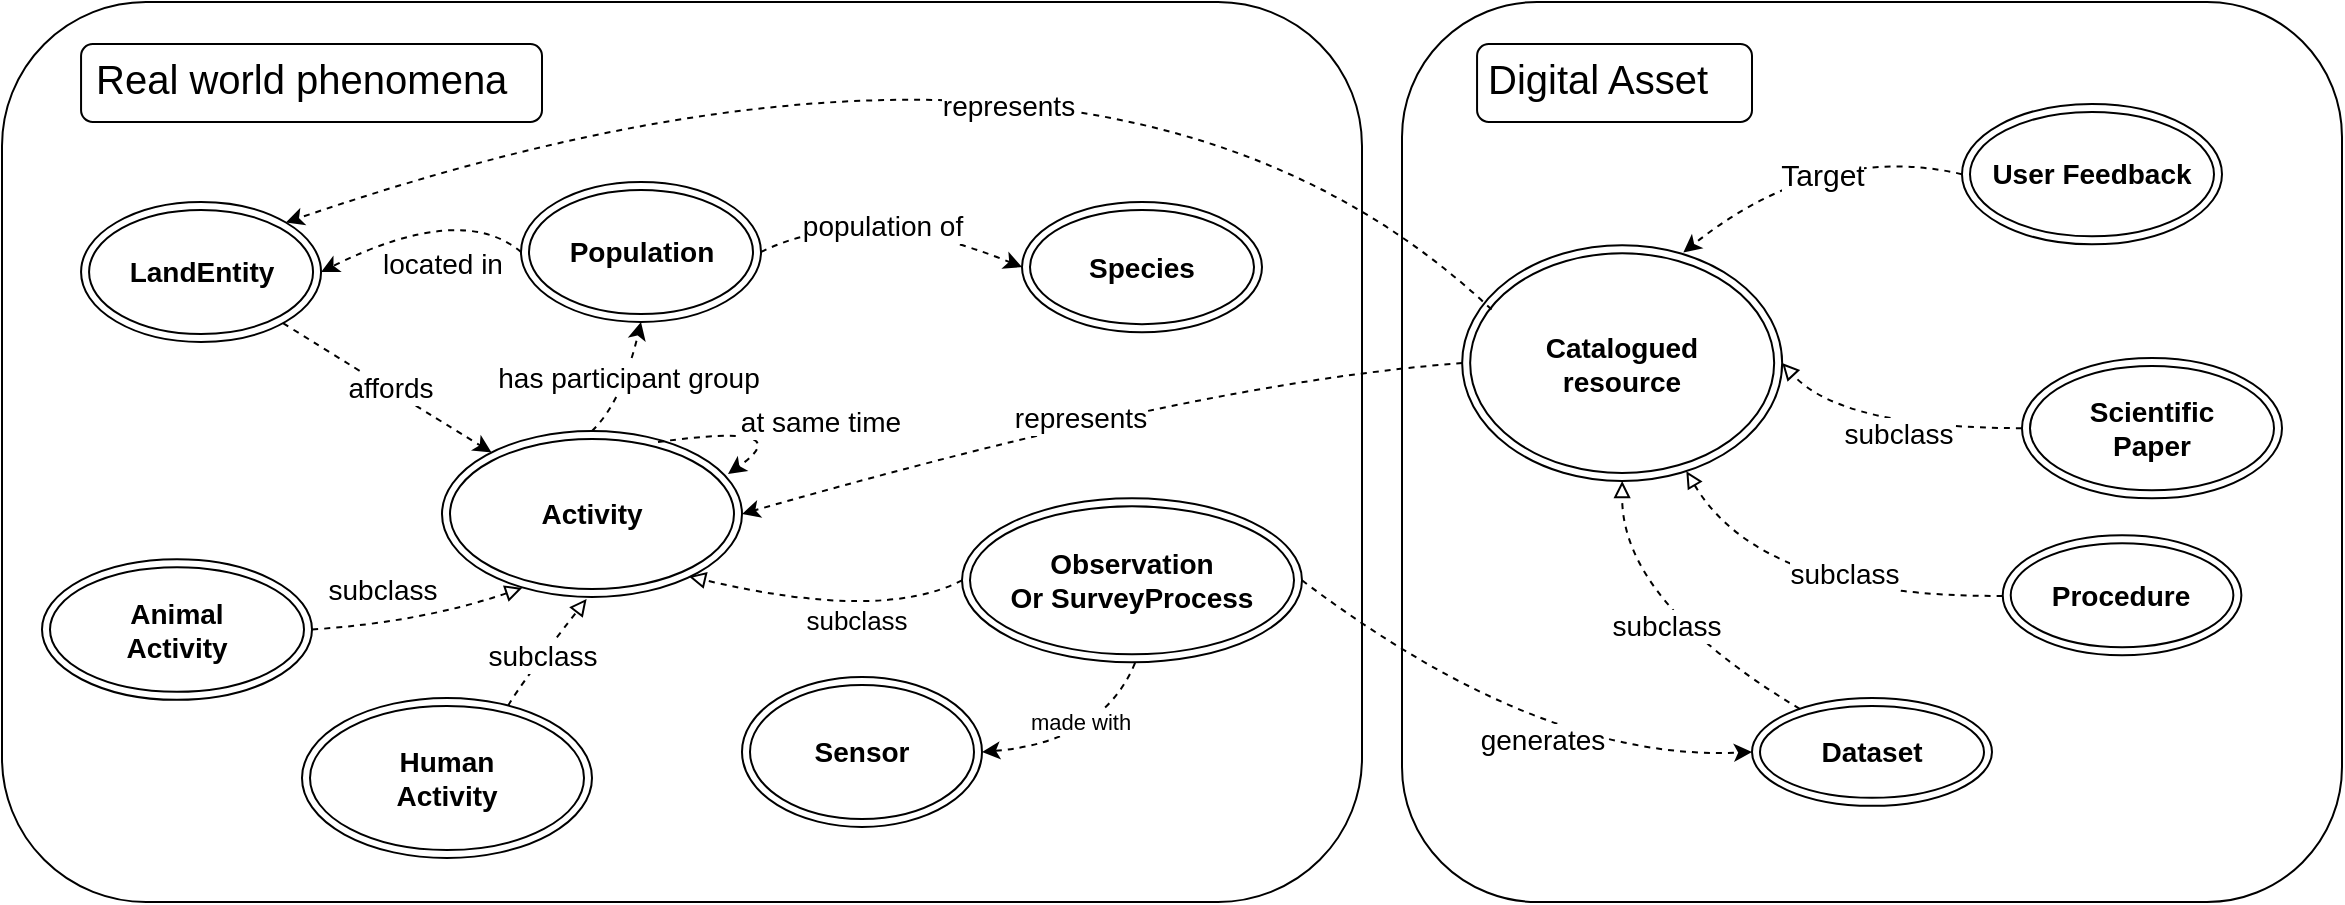
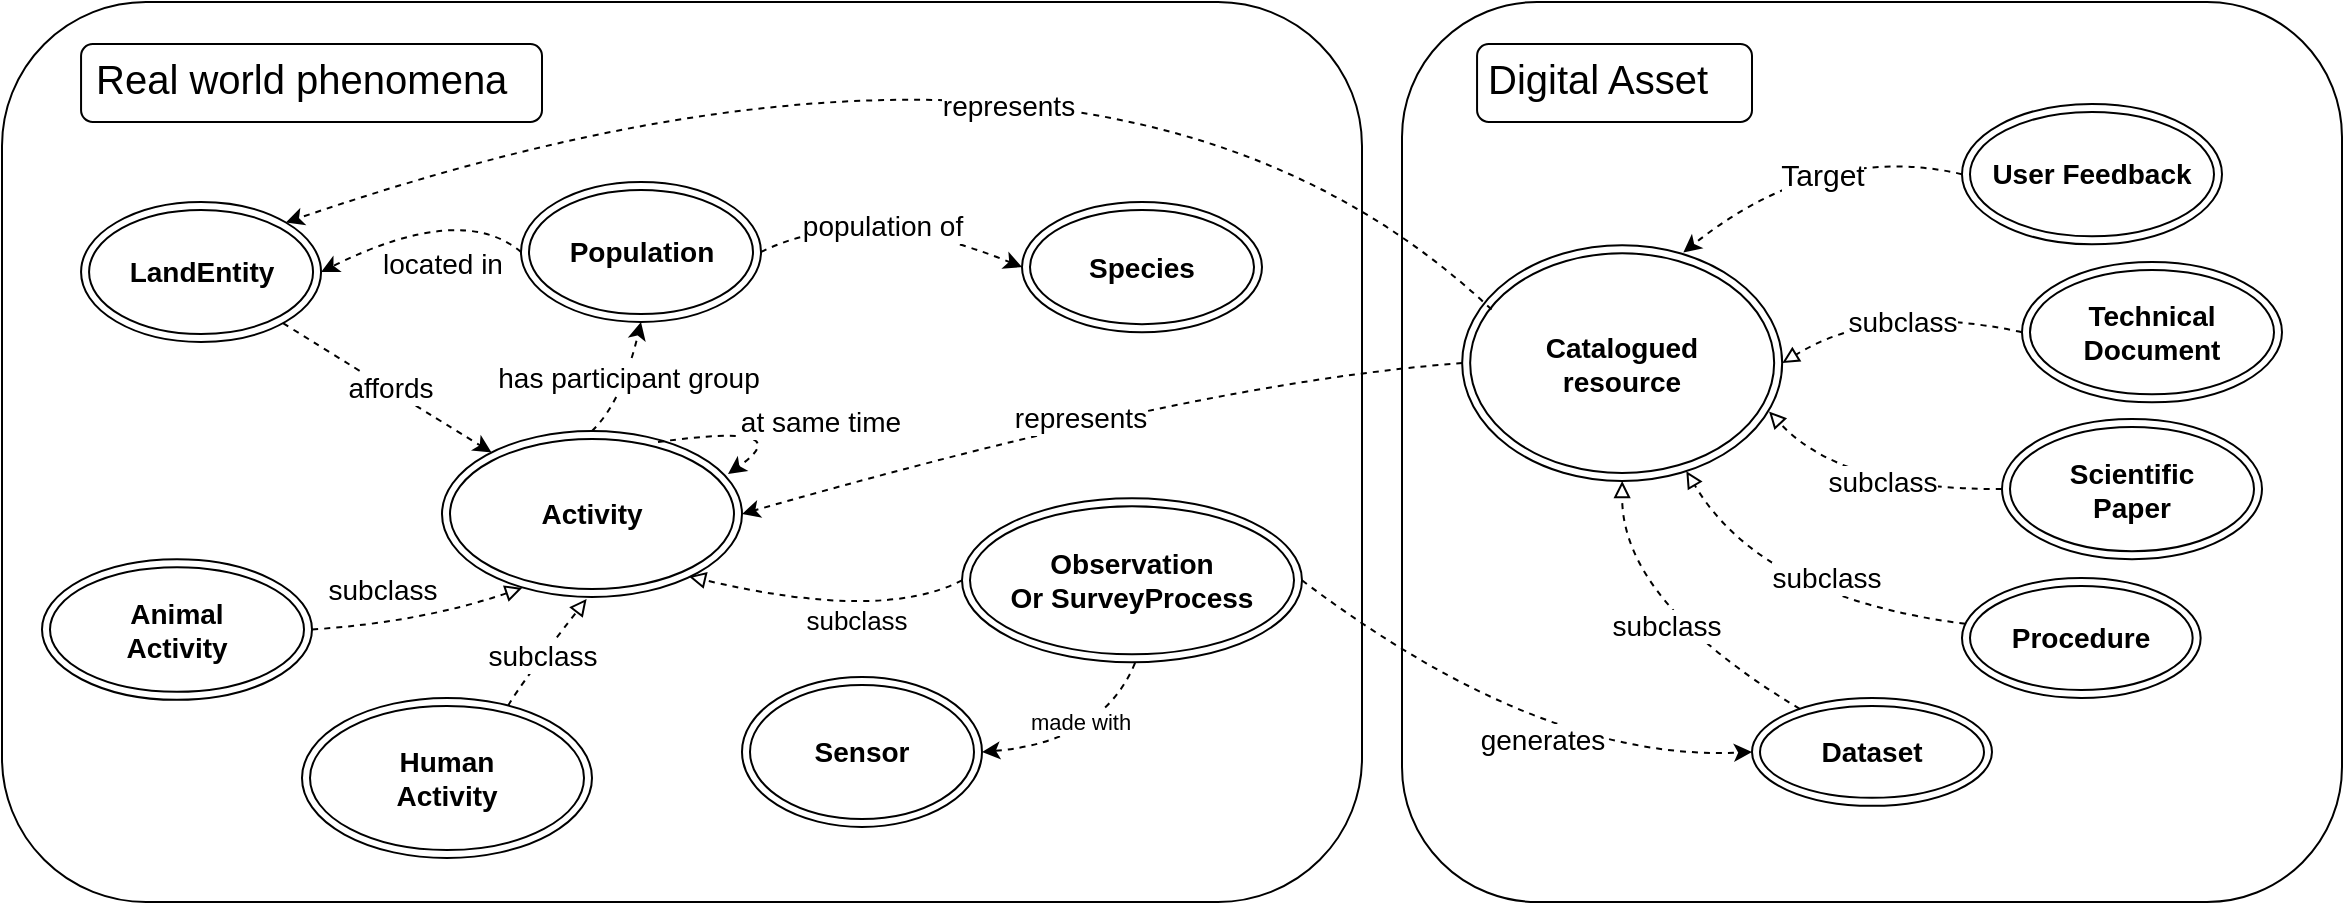
<mxfile host="65bd71144e">
    <diagram id="7OUjOVS5ksEaDqb_jHe9" name="Page-1">
-         <mxGraphModel dx="4291" dy="2547" grid="1" gridSize="10" guides="1" tooltips="1" connect="1" arrows="1" fold="1" page="1" pageScale="1" pageWidth="827" pageHeight="1169" math="0" shadow="0">
+         <mxGraphModel dx="3200" dy="1561" grid="1" gridSize="10" guides="1" tooltips="1" connect="1" arrows="1" fold="1" page="1" pageScale="1" pageWidth="827" pageHeight="1169" math="0" shadow="0">
            <root>
                <mxCell id="0"/>
                <mxCell id="1" parent="0"/>
-                 <mxCell id="3" value="" style="group;fillColor=none;" vertex="1" connectable="0" parent="1">
+                 <mxCell id="3" value="" style="group;fillColor=none;" parent="1" vertex="1" connectable="0">
                    <mxGeometry x="-2340" y="-940" width="1170" height="450" as="geometry"/>
                </mxCell>
-                 <mxCell id="4" value="" style="rounded=1;whiteSpace=wrap;html=1;fillColor=default;" vertex="1" parent="3">
+                 <mxCell id="4" value="" style="rounded=1;whiteSpace=wrap;html=1;fillColor=default;" parent="3" vertex="1">
                    <mxGeometry x="700" width="470" height="450" as="geometry"/>
                </mxCell>
-                 <mxCell id="5" value="" style="rounded=1;whiteSpace=wrap;html=1;fillColor=default;arcSize=16;" vertex="1" parent="3">
+                 <mxCell id="5" value="" style="rounded=1;whiteSpace=wrap;html=1;fillColor=default;arcSize=16;" parent="3" vertex="1">
                    <mxGeometry width="680" height="450" as="geometry"/>
                </mxCell>
-                 <mxCell id="6" style="edgeStyle=none;html=1;exitX=0;exitY=0.5;exitDx=0;exitDy=0;entryX=1;entryY=0.5;entryDx=0;entryDy=0;rounded=0;curved=1;dashed=1;" edge="1" parent="3" source="8" target="19">
+                 <mxCell id="6" style="edgeStyle=none;html=1;exitX=0;exitY=0.5;exitDx=0;exitDy=0;entryX=1;entryY=0.5;entryDx=0;entryDy=0;rounded=0;curved=1;dashed=1;" parent="3" source="8" target="19" edge="1">
                    <mxGeometry relative="1" as="geometry">
                        <Array as="points">
                            <mxPoint x="600" y="190"/>
                        </Array>
                    </mxGeometry>
                </mxCell>
-                 <mxCell id="7" value="&lt;font style=&quot;font-size: 14px; color: rgb(0, 0, 0);&quot;&gt;represents&lt;/font&gt;" style="edgeLabel;html=1;align=center;verticalAlign=middle;resizable=0;points=[];fontSize=16;fontColor=#FF0000;" connectable="0" vertex="1" parent="6">
+                 <mxCell id="7" value="&lt;font style=&quot;font-size: 14px; color: rgb(0, 0, 0);&quot;&gt;represents&lt;/font&gt;" style="edgeLabel;html=1;align=center;verticalAlign=middle;resizable=0;points=[];fontSize=16;fontColor=#FF0000;" parent="6" connectable="0" vertex="1">
                    <mxGeometry x="0.2966" y="13" relative="1" as="geometry">
                        <mxPoint x="40" y="-26" as="offset"/>
                    </mxGeometry>
                </mxCell>
-                 <mxCell id="8" value="&lt;b&gt;Catalogued &lt;br&gt;resource&lt;/b&gt;" style="ellipse;shape=doubleEllipse;whiteSpace=wrap;html=1;fontSize=14;fillColor=none;" vertex="1" parent="3">
+                 <mxCell id="8" value="&lt;b&gt;Catalogued &lt;br&gt;resource&lt;/b&gt;" style="ellipse;shape=doubleEllipse;whiteSpace=wrap;html=1;fontSize=14;fillColor=none;" parent="3" vertex="1">
                    <mxGeometry x="730.0799999999999" y="121.60000000000002" width="160" height="117.92" as="geometry"/>
                </mxCell>
-                 <mxCell id="9" value="&lt;b&gt;Scientific&lt;/b&gt;&lt;div&gt;&lt;b&gt;Paper&lt;/b&gt;&lt;/div&gt;" style="ellipse;shape=doubleEllipse;whiteSpace=wrap;html=1;fontSize=14;" vertex="1" parent="3">
-                     <mxGeometry x="1010" y="178" width="130" height="70.16" as="geometry"/>
-                 </mxCell>
-                 <mxCell id="10" value="&lt;b&gt;Human&lt;/b&gt;&lt;div&gt;&lt;b&gt;Activity&lt;/b&gt;&lt;/div&gt;" style="ellipse;shape=doubleEllipse;whiteSpace=wrap;html=1;fontSize=14;" vertex="1" parent="3">
+                 <mxCell id="9" value="&lt;b&gt;Scientific&lt;/b&gt;&lt;div&gt;&lt;b&gt;Paper&lt;/b&gt;&lt;/div&gt;" style="ellipse;shape=doubleEllipse;whiteSpace=wrap;html=1;fontSize=14;" parent="3" vertex="1">
+                     <mxGeometry x="1000" y="208.45" width="130" height="70.16" as="geometry"/>
+                 </mxCell>
+                 <mxCell id="10" value="&lt;b&gt;Human&lt;/b&gt;&lt;div&gt;&lt;b&gt;Activity&lt;/b&gt;&lt;/div&gt;" style="ellipse;shape=doubleEllipse;whiteSpace=wrap;html=1;fontSize=14;" parent="3" vertex="1">
                    <mxGeometry x="150" y="348.00000000000006" width="145" height="80" as="geometry"/>
                </mxCell>
-                 <mxCell id="68" style="edgeStyle=none;html=1;entryX=1;entryY=0.5;entryDx=0;entryDy=0;exitX=0.509;exitY=1.004;exitDx=0;exitDy=0;exitPerimeter=0;rounded=0;curved=1;dashed=1;" edge="1" parent="3" source="13" target="28">
+                 <mxCell id="68" style="edgeStyle=none;html=1;entryX=1;entryY=0.5;entryDx=0;entryDy=0;exitX=0.509;exitY=1.004;exitDx=0;exitDy=0;exitPerimeter=0;rounded=0;curved=1;dashed=1;" parent="3" source="13" target="28" edge="1">
                    <mxGeometry relative="1" as="geometry">
                        <Array as="points">
                            <mxPoint x="550" y="370"/>
                        </Array>
                    </mxGeometry>
                </mxCell>
-                 <mxCell id="69" value="made with" style="edgeLabel;html=1;align=center;verticalAlign=middle;resizable=0;points=[];" vertex="1" connectable="0" parent="68">
+                 <mxCell id="69" value="made with" style="edgeLabel;html=1;align=center;verticalAlign=middle;resizable=0;points=[];" parent="68" vertex="1" connectable="0">
                    <mxGeometry x="0.0404" y="-8" relative="1" as="geometry">
                        <mxPoint y="-3" as="offset"/>
                    </mxGeometry>
                </mxCell>
-                 <mxCell id="13" value="&lt;b&gt;Observation&lt;br&gt;Or SurveyProcess&lt;/b&gt;" style="ellipse;shape=doubleEllipse;whiteSpace=wrap;html=1;fontSize=14;" vertex="1" parent="3">
+                 <mxCell id="13" value="&lt;b&gt;Observation&lt;br&gt;Or SurveyProcess&lt;/b&gt;" style="ellipse;shape=doubleEllipse;whiteSpace=wrap;html=1;fontSize=14;" parent="3" vertex="1">
                    <mxGeometry x="480" y="248.16000000000005" width="170" height="82" as="geometry"/>
                </mxCell>
-                 <mxCell id="14" style="edgeStyle=none;html=1;rounded=0;curved=1;dashed=1;" edge="1" parent="3" source="16" target="19">
+                 <mxCell id="14" style="edgeStyle=none;html=1;rounded=0;curved=1;dashed=1;" parent="3" source="16" target="19" edge="1">
                    <mxGeometry relative="1" as="geometry">
                        <Array as="points">
                            <mxPoint x="220" y="210"/>
                        </Array>
                        <mxPoint x="240" y="240" as="targetPoint"/>
                    </mxGeometry>
                </mxCell>
-                 <mxCell id="15" value="&lt;span style=&quot;color: rgb(0, 0, 0);&quot;&gt;affords&lt;/span&gt;" style="edgeLabel;html=1;align=center;verticalAlign=middle;resizable=0;points=[];fontSize=14;" connectable="0" vertex="1" parent="14">
+                 <mxCell id="15" value="&lt;span style=&quot;color: rgb(0, 0, 0);&quot;&gt;affords&lt;/span&gt;" style="edgeLabel;html=1;align=center;verticalAlign=middle;resizable=0;points=[];fontSize=14;" parent="14" connectable="0" vertex="1">
                    <mxGeometry x="0.0413" y="11" relative="1" as="geometry">
                        <mxPoint x="-7" y="8" as="offset"/>
                    </mxGeometry>
                </mxCell>
-                 <mxCell id="16" value="&lt;b&gt;LandEntity&lt;/b&gt;" style="ellipse;shape=doubleEllipse;whiteSpace=wrap;html=1;fontSize=14;" vertex="1" parent="3">
+                 <mxCell id="16" value="&lt;b&gt;LandEntity&lt;/b&gt;" style="ellipse;shape=doubleEllipse;whiteSpace=wrap;html=1;fontSize=14;" parent="3" vertex="1">
                    <mxGeometry x="39.529999999999745" y="100" width="120" height="70" as="geometry"/>
                </mxCell>
-                 <mxCell id="17" style="edgeStyle=none;html=1;entryX=0.5;entryY=1;entryDx=0;entryDy=0;rounded=0;curved=1;exitX=0.5;exitY=0;exitDx=0;exitDy=0;dashed=1;" edge="1" parent="3" source="19" target="46">
+                 <mxCell id="17" style="edgeStyle=none;html=1;entryX=0.5;entryY=1;entryDx=0;entryDy=0;rounded=0;curved=1;exitX=0.5;exitY=0;exitDx=0;exitDy=0;dashed=1;" parent="3" source="19" target="46" edge="1">
                    <mxGeometry relative="1" as="geometry">
                        <Array as="points">
                            <mxPoint x="310" y="200"/>
                        </Array>
                    </mxGeometry>
                </mxCell>
-                 <mxCell id="18" value="&lt;font style=&quot;font-size: 14px;&quot;&gt;has participant group&lt;/font&gt;" style="edgeLabel;html=1;align=center;verticalAlign=middle;resizable=0;points=[];" connectable="0" vertex="1" parent="17">
+                 <mxCell id="18" value="&lt;font style=&quot;font-size: 14px;&quot;&gt;has participant group&lt;/font&gt;" style="edgeLabel;html=1;align=center;verticalAlign=middle;resizable=0;points=[];" parent="17" connectable="0" vertex="1">
                    <mxGeometry x="0.0726" relative="1" as="geometry">
                        <mxPoint as="offset"/>
                    </mxGeometry>
                </mxCell>
-                 <mxCell id="19" value="&lt;b&gt;Activity&lt;/b&gt;" style="ellipse;shape=doubleEllipse;whiteSpace=wrap;html=1;fontSize=14;" vertex="1" parent="3">
+                 <mxCell id="19" value="&lt;b&gt;Activity&lt;/b&gt;" style="ellipse;shape=doubleEllipse;whiteSpace=wrap;html=1;fontSize=14;" parent="3" vertex="1">
                    <mxGeometry x="220" y="214.51999999999998" width="150" height="82.96" as="geometry"/>
                </mxCell>
-                 <mxCell id="20" value="&lt;b&gt;Animal&lt;/b&gt;&lt;div&gt;&lt;b&gt;Activity&lt;/b&gt;&lt;/div&gt;" style="ellipse;shape=doubleEllipse;whiteSpace=wrap;html=1;fontSize=14;" vertex="1" parent="3">
+                 <mxCell id="20" value="&lt;b&gt;Animal&lt;/b&gt;&lt;div&gt;&lt;b&gt;Activity&lt;/b&gt;&lt;/div&gt;" style="ellipse;shape=doubleEllipse;whiteSpace=wrap;html=1;fontSize=14;" parent="3" vertex="1">
                    <mxGeometry x="20" y="278.6100000000001" width="135" height="70.31" as="geometry"/>
                </mxCell>
-                 <mxCell id="21" style="edgeStyle=none;html=1;entryX=0.5;entryY=1;entryDx=0;entryDy=0;dashed=1;rounded=0;curved=1;endArrow=block;endFill=0;" edge="1" parent="3" source="23" target="8">
+                 <mxCell id="21" style="edgeStyle=none;html=1;entryX=0.5;entryY=1;entryDx=0;entryDy=0;dashed=1;rounded=0;curved=1;endArrow=block;endFill=0;" parent="3" source="23" target="8" edge="1">
                    <mxGeometry relative="1" as="geometry">
                        <Array as="points">
                            <mxPoint x="810" y="300"/>
                        </Array>
                    </mxGeometry>
                </mxCell>
-                 <mxCell id="22" value="&lt;font style=&quot;font-size: 14px;&quot;&gt;subclass&lt;/font&gt;" style="edgeLabel;html=1;align=center;verticalAlign=middle;resizable=0;points=[];" connectable="0" vertex="1" parent="21">
+                 <mxCell id="22" value="&lt;font style=&quot;font-size: 14px;&quot;&gt;subclass&lt;/font&gt;" style="edgeLabel;html=1;align=center;verticalAlign=middle;resizable=0;points=[];" parent="21" connectable="0" vertex="1">
                    <mxGeometry x="0.0588" y="-4" relative="1" as="geometry">
                        <mxPoint x="5" y="7" as="offset"/>
                    </mxGeometry>
                </mxCell>
-                 <mxCell id="23" value="&lt;b&gt;Dataset&lt;/b&gt;" style="ellipse;shape=doubleEllipse;whiteSpace=wrap;html=1;fontSize=14;fillColor=none;" vertex="1" parent="3">
+                 <mxCell id="23" value="&lt;b&gt;Dataset&lt;/b&gt;" style="ellipse;shape=doubleEllipse;whiteSpace=wrap;html=1;fontSize=14;fillColor=none;" parent="3" vertex="1">
                    <mxGeometry x="875" y="348" width="120" height="53.92" as="geometry"/>
                </mxCell>
-                 <mxCell id="24" value="&lt;b&gt;Species&lt;/b&gt;" style="ellipse;shape=doubleEllipse;whiteSpace=wrap;html=1;fontSize=14;" vertex="1" parent="3">
+                 <mxCell id="24" value="&lt;b&gt;Species&lt;/b&gt;" style="ellipse;shape=doubleEllipse;whiteSpace=wrap;html=1;fontSize=14;" parent="3" vertex="1">
                    <mxGeometry x="510" y="100" width="120" height="65.08" as="geometry"/>
                </mxCell>
-                 <mxCell id="25" style="edgeStyle=none;html=1;rounded=0;curved=1;dashed=1;endArrow=block;endFill=0;" edge="1" parent="3" source="27" target="8">
+                 <mxCell id="25" style="edgeStyle=none;html=1;rounded=0;curved=1;dashed=1;endArrow=block;endFill=0;" parent="3" source="27" target="8" edge="1">
                    <mxGeometry relative="1" as="geometry">
                        <Array as="points">
                            <mxPoint x="880" y="298"/>
                        </Array>
                        <mxPoint x="857.5425130608924" y="276.0225130608924" as="targetPoint"/>
                    </mxGeometry>
                </mxCell>
-                 <mxCell id="26" value="subclass" style="edgeLabel;html=1;align=center;verticalAlign=middle;resizable=0;points=[];fontSize=14;" connectable="0" vertex="1" parent="25">
+                 <mxCell id="26" value="subclass" style="edgeLabel;html=1;align=center;verticalAlign=middle;resizable=0;points=[];fontSize=14;" parent="25" connectable="0" vertex="1">
                    <mxGeometry x="-0.0161" y="-5" relative="1" as="geometry">
                        <mxPoint x="16" y="-7" as="offset"/>
                    </mxGeometry>
                </mxCell>
-                 <mxCell id="27" value="&lt;b&gt;&lt;span style=&quot;color: rgb(0, 0, 0);&quot;&gt;Procedure&lt;/span&gt;&lt;/b&gt;" style="ellipse;shape=doubleEllipse;whiteSpace=wrap;html=1;fontSize=14;fillColor=none;" vertex="1" parent="3">
-                     <mxGeometry x="1000.3600000000001" y="266.6099999999999" width="119.33" height="60" as="geometry"/>
-                 </mxCell>
-                 <mxCell id="28" value="&lt;b&gt;Sensor&lt;/b&gt;" style="ellipse;shape=doubleEllipse;whiteSpace=wrap;html=1;fontSize=14;" vertex="1" parent="3">
+                 <mxCell id="27" value="&lt;b&gt;&lt;span style=&quot;color: rgb(0, 0, 0);&quot;&gt;Procedure&lt;/span&gt;&lt;/b&gt;" style="ellipse;shape=doubleEllipse;whiteSpace=wrap;html=1;fontSize=14;fillColor=none;" parent="3" vertex="1">
+                     <mxGeometry x="980.0000000000001" y="287.9999999999999" width="119.33" height="60" as="geometry"/>
+                 </mxCell>
+                 <mxCell id="28" value="&lt;b&gt;Sensor&lt;/b&gt;" style="ellipse;shape=doubleEllipse;whiteSpace=wrap;html=1;fontSize=14;" parent="3" vertex="1">
                    <mxGeometry x="370" y="337.46" width="120" height="75" as="geometry"/>
                </mxCell>
-                 <mxCell id="29" style="edgeStyle=none;html=1;exitX=1;exitY=0.5;exitDx=0;exitDy=0;entryX=0.267;entryY=0.946;entryDx=0;entryDy=0;entryPerimeter=0;dashed=1;rounded=0;curved=1;endArrow=block;endFill=0;" edge="1" parent="3" source="20" target="19">
+                 <mxCell id="29" style="edgeStyle=none;html=1;exitX=1;exitY=0.5;exitDx=0;exitDy=0;entryX=0.267;entryY=0.946;entryDx=0;entryDy=0;entryPerimeter=0;dashed=1;rounded=0;curved=1;endArrow=block;endFill=0;" parent="3" source="20" target="19" edge="1">
                    <mxGeometry relative="1" as="geometry">
                        <Array as="points">
                            <mxPoint x="210" y="310"/>
                        </Array>
                    </mxGeometry>
                </mxCell>
-                 <mxCell id="30" value="subclass" style="edgeLabel;html=1;align=center;verticalAlign=middle;resizable=0;points=[];fontSize=14;" connectable="0" vertex="1" parent="29">
+                 <mxCell id="30" value="subclass" style="edgeLabel;html=1;align=center;verticalAlign=middle;resizable=0;points=[];fontSize=14;" parent="29" connectable="0" vertex="1">
                    <mxGeometry x="-0.361" y="4" relative="1" as="geometry">
                        <mxPoint x="1" y="-14" as="offset"/>
                    </mxGeometry>
                </mxCell>
-                 <mxCell id="31" style="edgeStyle=none;html=1;exitX=0.711;exitY=0.047;exitDx=0;exitDy=0;entryX=0.482;entryY=1.012;entryDx=0;entryDy=0;entryPerimeter=0;rounded=0;curved=1;dashed=1;endArrow=block;endFill=0;labelBackgroundColor=default;exitPerimeter=0;" edge="1" parent="3" source="10" target="19">
+                 <mxCell id="31" style="edgeStyle=none;html=1;exitX=0.711;exitY=0.047;exitDx=0;exitDy=0;entryX=0.482;entryY=1.012;entryDx=0;entryDy=0;entryPerimeter=0;rounded=0;curved=1;dashed=1;endArrow=block;endFill=0;labelBackgroundColor=default;exitPerimeter=0;" parent="3" source="10" target="19" edge="1">
                    <mxGeometry relative="1" as="geometry">
                        <Array as="points">
                            <mxPoint x="260" y="340"/>
                        </Array>
                    </mxGeometry>
                </mxCell>
-                 <mxCell id="32" value="subclass" style="edgeLabel;html=1;align=center;verticalAlign=middle;resizable=0;points=[];fontSize=14;" connectable="0" vertex="1" parent="31">
+                 <mxCell id="32" value="subclass" style="edgeLabel;html=1;align=center;verticalAlign=middle;resizable=0;points=[];fontSize=14;" parent="31" connectable="0" vertex="1">
                    <mxGeometry x="-0.2965" y="4" relative="1" as="geometry">
                        <mxPoint x="7" y="-3" as="offset"/>
                    </mxGeometry>
                </mxCell>
-                 <mxCell id="33" style="edgeStyle=none;html=1;entryX=0.823;entryY=0.876;entryDx=0;entryDy=0;entryPerimeter=0;rounded=0;curved=1;exitX=0;exitY=0.5;exitDx=0;exitDy=0;endArrow=block;endFill=0;dashed=1;" edge="1" parent="3" source="13" target="19">
+                 <mxCell id="33" style="edgeStyle=none;html=1;entryX=0.823;entryY=0.876;entryDx=0;entryDy=0;entryPerimeter=0;rounded=0;curved=1;exitX=0;exitY=0.5;exitDx=0;exitDy=0;endArrow=block;endFill=0;dashed=1;" parent="3" source="13" target="19" edge="1">
                    <mxGeometry relative="1" as="geometry">
                        <Array as="points">
                            <mxPoint x="440" y="310"/>
                        </Array>
                    </mxGeometry>
                </mxCell>
-                 <mxCell id="34" value="&lt;font style=&quot;font-size: 13px;&quot;&gt;subclass&lt;/font&gt;" style="edgeLabel;html=1;align=center;verticalAlign=middle;resizable=0;points=[];" connectable="0" vertex="1" parent="33">
+                 <mxCell id="34" value="&lt;font style=&quot;font-size: 13px;&quot;&gt;subclass&lt;/font&gt;" style="edgeLabel;html=1;align=center;verticalAlign=middle;resizable=0;points=[];" parent="33" connectable="0" vertex="1">
                    <mxGeometry x="-0.0291" y="-5" relative="1" as="geometry">
                        <mxPoint x="10" y="9" as="offset"/>
                    </mxGeometry>
                </mxCell>
-                 <mxCell id="37" style="edgeStyle=none;html=1;entryX=1;entryY=0.5;entryDx=0;entryDy=0;rounded=0;curved=1;dashed=1;endArrow=block;endFill=0;" edge="1" parent="3" source="9" target="8">
-                     <mxGeometry relative="1" as="geometry">
-                         <Array as="points">
-                             <mxPoint x="920" y="213"/>
+                 <mxCell id="37" style="edgeStyle=none;html=1;entryX=0.959;entryY=0.705;entryDx=0;entryDy=0;rounded=0;curved=1;dashed=1;endArrow=block;endFill=0;entryPerimeter=0;" parent="3" source="9" target="8" edge="1">
+                     <mxGeometry relative="1" as="geometry">
+                         <Array as="points">
+                             <mxPoint x="920" y="244"/>
                        </Array>
                        <mxPoint x="884.48" y="203.79680000000008" as="targetPoint"/>
                    </mxGeometry>
                </mxCell>
-                 <mxCell id="38" value="subclass" style="edgeLabel;html=1;align=center;verticalAlign=middle;resizable=0;points=[];fontSize=14;" connectable="0" vertex="1" parent="37">
+                 <mxCell id="38" value="subclass" style="edgeLabel;html=1;align=center;verticalAlign=middle;resizable=0;points=[];fontSize=14;" parent="37" connectable="0" vertex="1">
                    <mxGeometry x="-0.0789" y="3" relative="1" as="geometry">
-                         <mxPoint as="offset"/>
-                     </mxGeometry>
-                 </mxCell>
-                 <mxCell id="71" style="edgeStyle=none;html=1;exitX=1;exitY=0.5;exitDx=0;exitDy=0;entryX=0;entryY=0.5;entryDx=0;entryDy=0;dashed=1;rounded=0;curved=1;" edge="1" parent="3" source="46" target="24">
+                         <mxPoint x="1" y="-7" as="offset"/>
+                     </mxGeometry>
+                 </mxCell>
+                 <mxCell id="71" style="edgeStyle=none;html=1;exitX=1;exitY=0.5;exitDx=0;exitDy=0;entryX=0;entryY=0.5;entryDx=0;entryDy=0;dashed=1;rounded=0;curved=1;" parent="3" source="46" target="24" edge="1">
                    <mxGeometry relative="1" as="geometry">
                        <Array as="points">
                            <mxPoint x="430" y="100"/>
                        </Array>
                    </mxGeometry>
                </mxCell>
-                 <mxCell id="72" value="population of" style="edgeLabel;html=1;align=center;verticalAlign=middle;resizable=0;points=[];fontSize=14;" vertex="1" connectable="0" parent="71">
+                 <mxCell id="72" value="population of" style="edgeLabel;html=1;align=center;verticalAlign=middle;resizable=0;points=[];fontSize=14;" parent="71" vertex="1" connectable="0">
                    <mxGeometry x="-0.3391" y="-7" relative="1" as="geometry">
                        <mxPoint x="15" y="1" as="offset"/>
                    </mxGeometry>
                </mxCell>
-                 <mxCell id="46" value="&lt;b&gt;Population&lt;/b&gt;" style="ellipse;shape=doubleEllipse;whiteSpace=wrap;html=1;fontSize=14;" vertex="1" parent="3">
+                 <mxCell id="46" value="&lt;b&gt;Population&lt;/b&gt;" style="ellipse;shape=doubleEllipse;whiteSpace=wrap;html=1;fontSize=14;" parent="3" vertex="1">
                    <mxGeometry x="259.5" y="90" width="120" height="70" as="geometry"/>
                </mxCell>
-                 <mxCell id="47" style="edgeStyle=none;html=1;rounded=0;curved=1;dashed=1;exitX=0;exitY=0.5;exitDx=0;exitDy=0;entryX=1;entryY=0.5;entryDx=0;entryDy=0;" edge="1" parent="3" source="46" target="16">
+                 <mxCell id="47" style="edgeStyle=none;html=1;rounded=0;curved=1;dashed=1;exitX=0;exitY=0.5;exitDx=0;exitDy=0;entryX=1;entryY=0.5;entryDx=0;entryDy=0;" parent="3" source="46" target="16" edge="1">
                    <mxGeometry relative="1" as="geometry">
                        <Array as="points">
                            <mxPoint x="230" y="100"/>
                        </Array>
                        <mxPoint x="327" y="180" as="sourcePoint"/>
                        <mxPoint x="395" y="225" as="targetPoint"/>
                    </mxGeometry>
                </mxCell>
-                 <mxCell id="48" value="&lt;font style=&quot;font-size: 14px;&quot;&gt;located in&lt;/font&gt;" style="edgeLabel;html=1;align=center;verticalAlign=middle;resizable=0;points=[];" connectable="0" vertex="1" parent="47">
+                 <mxCell id="48" value="&lt;font style=&quot;font-size: 14px;&quot;&gt;located in&lt;/font&gt;" style="edgeLabel;html=1;align=center;verticalAlign=middle;resizable=0;points=[];" parent="47" connectable="0" vertex="1">
                    <mxGeometry x="-0.3726" y="-5" relative="1" as="geometry">
                        <mxPoint x="-15" y="33" as="offset"/>
                    </mxGeometry>
                </mxCell>
-                 <mxCell id="51" value="" style="curved=1;endArrow=classic;html=1;rounded=0;exitX=0.72;exitY=0.066;exitDx=0;exitDy=0;exitPerimeter=0;dashed=1;" edge="1" parent="3" source="19">
+                 <mxCell id="51" value="" style="curved=1;endArrow=classic;html=1;rounded=0;exitX=0.72;exitY=0.066;exitDx=0;exitDy=0;exitPerimeter=0;dashed=1;" parent="3" source="19" edge="1">
                    <mxGeometry width="50" height="50" relative="1" as="geometry">
                        <Array as="points">
                            <mxPoint x="400" y="210"/>
                        </Array>
                        <mxPoint x="665" y="-20" as="sourcePoint"/>
                        <mxPoint x="363" y="236" as="targetPoint"/>
                    </mxGeometry>
                </mxCell>
-                 <mxCell id="52" value="&lt;font style=&quot;font-size: 14px;&quot;&gt;at same &lt;font&gt;time&lt;/font&gt;&lt;/font&gt;" style="edgeLabel;html=1;align=center;verticalAlign=middle;resizable=0;points=[];" connectable="0" vertex="1" parent="51">
+                 <mxCell id="52" value="&lt;font style=&quot;font-size: 14px;&quot;&gt;at same &lt;font&gt;time&lt;/font&gt;&lt;/font&gt;" style="edgeLabel;html=1;align=center;verticalAlign=middle;resizable=0;points=[];" parent="51" connectable="0" vertex="1">
                    <mxGeometry x="0.6855" y="2" relative="1" as="geometry">
                        <mxPoint x="30" y="-17" as="offset"/>
                    </mxGeometry>
                </mxCell>
-                 <mxCell id="53" value="" style="endArrow=classic;html=1;rounded=0;exitX=1;exitY=0.5;exitDx=0;exitDy=0;entryX=0;entryY=0.5;entryDx=0;entryDy=0;curved=1;dashed=1;" edge="1" parent="3" source="13" target="23">
+                 <mxCell id="53" value="" style="endArrow=classic;html=1;rounded=0;exitX=1;exitY=0.5;exitDx=0;exitDy=0;entryX=0;entryY=0.5;entryDx=0;entryDy=0;curved=1;dashed=1;" parent="3" source="13" target="23" edge="1">
                    <mxGeometry width="50" height="50" relative="1" as="geometry">
                        <Array as="points">
                            <mxPoint x="770" y="380"/>
                        </Array>
                        <mxPoint x="560" y="340" as="sourcePoint"/>
                        <mxPoint x="610" y="290" as="targetPoint"/>
                    </mxGeometry>
                </mxCell>
-                 <mxCell id="54" value="&lt;font style=&quot;font-size: 14px;&quot;&gt;genera&lt;/font&gt;&lt;font style=&quot;font-size: 14px;&quot;&gt;tes&lt;/font&gt;" style="edgeLabel;html=1;align=center;verticalAlign=middle;resizable=0;points=[];" connectable="0" vertex="1" parent="53">
+                 <mxCell id="54" value="&lt;font style=&quot;font-size: 14px;&quot;&gt;genera&lt;/font&gt;&lt;font style=&quot;font-size: 14px;&quot;&gt;tes&lt;/font&gt;" style="edgeLabel;html=1;align=center;verticalAlign=middle;resizable=0;points=[];" parent="53" connectable="0" vertex="1">
                    <mxGeometry x="0.3816" y="4" relative="1" as="geometry">
                        <mxPoint x="-26" y="-6" as="offset"/>
                    </mxGeometry>
                </mxCell>
-                 <mxCell id="55" value="&lt;b&gt;User Feedback&lt;/b&gt;" style="ellipse;shape=doubleEllipse;whiteSpace=wrap;html=1;fontSize=14;" vertex="1" parent="3">
+                 <mxCell id="55" value="&lt;b&gt;User Feedback&lt;/b&gt;" style="ellipse;shape=doubleEllipse;whiteSpace=wrap;html=1;fontSize=14;" parent="3" vertex="1">
                    <mxGeometry x="980" y="51" width="130" height="70.16" as="geometry"/>
                </mxCell>
-                 <mxCell id="56" style="edgeStyle=none;html=1;exitX=0.092;exitY=0.273;exitDx=0;exitDy=0;entryX=1;entryY=0;entryDx=0;entryDy=0;rounded=0;curved=1;exitPerimeter=0;dashed=1;" edge="1" parent="3" source="8" target="16">
+                 <mxCell id="56" style="edgeStyle=none;html=1;exitX=0.092;exitY=0.273;exitDx=0;exitDy=0;entryX=1;entryY=0;entryDx=0;entryDy=0;rounded=0;curved=1;exitPerimeter=0;dashed=1;" parent="3" source="8" target="16" edge="1">
                    <mxGeometry relative="1" as="geometry">
                        <Array as="points">
                            <mxPoint x="550" y="-30"/>
                        </Array>
                    </mxGeometry>
                </mxCell>
-                 <mxCell id="57" value="&lt;font style=&quot;font-size: 14px; color: rgb(0, 0, 0);&quot;&gt;represents&lt;/font&gt;" style="edgeLabel;html=1;align=center;verticalAlign=middle;resizable=0;points=[];fontSize=16;fontColor=#FF0000;" connectable="0" vertex="1" parent="56">
+                 <mxCell id="57" value="&lt;font style=&quot;font-size: 14px; color: rgb(0, 0, 0);&quot;&gt;represents&lt;/font&gt;" style="edgeLabel;html=1;align=center;verticalAlign=middle;resizable=0;points=[];fontSize=16;fontColor=#FF0000;" parent="56" connectable="0" vertex="1">
                    <mxGeometry x="0.1167" y="32" relative="1" as="geometry">
                        <mxPoint x="58" y="11" as="offset"/>
                    </mxGeometry>
                </mxCell>
-                 <mxCell id="43" value="" style="group;strokeColor=default;rounded=1;" connectable="0" vertex="1" parent="3">
+                 <mxCell id="43" value="" style="group;strokeColor=default;rounded=1;" parent="3" connectable="0" vertex="1">
                    <mxGeometry x="39.53" y="21" width="230.47" height="39" as="geometry"/>
                </mxCell>
-                 <mxCell id="45" value="Real world phenomena" style="text;html=1;whiteSpace=wrap;strokeColor=none;fillColor=none;align=left;verticalAlign=middle;rounded=0;fontSize=20;" vertex="1" parent="43">
+                 <mxCell id="45" value="Real world phenomena" style="text;html=1;whiteSpace=wrap;strokeColor=none;fillColor=none;align=left;verticalAlign=middle;rounded=0;fontSize=20;" parent="43" vertex="1">
                    <mxGeometry x="5.876005665722382" y="12.596999999999989" width="224.59399433427765" height="9.75" as="geometry"/>
                </mxCell>
-                 <mxCell id="60" value="" style="group;strokeColor=default;rounded=1;" connectable="0" vertex="1" parent="3">
+                 <mxCell id="60" value="" style="group;strokeColor=default;rounded=1;" parent="3" connectable="0" vertex="1">
                    <mxGeometry x="737.53" y="21" width="137.47" height="39" as="geometry"/>
                </mxCell>
-                 <mxCell id="61" value="Digital Asset" style="text;html=1;whiteSpace=wrap;strokeColor=none;fillColor=none;align=left;verticalAlign=middle;rounded=0;fontSize=20;" vertex="1" parent="60">
+                 <mxCell id="61" value="Digital Asset" style="text;html=1;whiteSpace=wrap;strokeColor=none;fillColor=none;align=left;verticalAlign=middle;rounded=0;fontSize=20;" parent="60" vertex="1">
                    <mxGeometry x="3.504900849858358" y="12.596999999999989" width="133.96509915014164" height="9.75" as="geometry"/>
                </mxCell>
-                 <mxCell id="64" style="edgeStyle=none;html=1;entryX=0.691;entryY=0.031;entryDx=0;entryDy=0;entryPerimeter=0;rounded=0;curved=1;dashed=1;exitX=0;exitY=0.5;exitDx=0;exitDy=0;" edge="1" parent="3" source="55" target="8">
+                 <mxCell id="64" style="edgeStyle=none;html=1;entryX=0.691;entryY=0.031;entryDx=0;entryDy=0;entryPerimeter=0;rounded=0;curved=1;dashed=1;exitX=0;exitY=0.5;exitDx=0;exitDy=0;" parent="3" source="55" target="8" edge="1">
                    <mxGeometry relative="1" as="geometry">
                        <Array as="points">
                            <mxPoint x="910" y="70"/>
                        </Array>
                    </mxGeometry>
                </mxCell>
-                 <mxCell id="65" value="Target" style="edgeLabel;html=1;align=center;verticalAlign=middle;resizable=0;points=[];fontSize=15;" vertex="1" connectable="0" parent="64">
+                 <mxCell id="65" value="Target" style="edgeLabel;html=1;align=center;verticalAlign=middle;resizable=0;points=[];fontSize=15;" parent="64" vertex="1" connectable="0">
                    <mxGeometry x="0.045" y="12" relative="1" as="geometry">
                        <mxPoint x="2" y="-1" as="offset"/>
                    </mxGeometry>
+                 </mxCell>
+                 <mxCell id="74" style="edgeStyle=none;html=1;entryX=1;entryY=0.5;entryDx=0;entryDy=0;dashed=1;rounded=0;curved=1;exitX=0;exitY=0.5;exitDx=0;exitDy=0;endArrow=block;endFill=0;" edge="1" parent="3" source="73" target="8">
+                     <mxGeometry relative="1" as="geometry">
+                         <Array as="points">
+                             <mxPoint x="940" y="150"/>
+                         </Array>
+                     </mxGeometry>
+                 </mxCell>
+                 <mxCell id="75" value="subclass" style="edgeLabel;html=1;align=center;verticalAlign=middle;resizable=0;points=[];fontSize=14;" vertex="1" connectable="0" parent="74">
+                     <mxGeometry x="0.0015" y="13" relative="1" as="geometry">
+                         <mxPoint x="6" y="-4" as="offset"/>
+                     </mxGeometry>
+                 </mxCell>
+                 <mxCell id="73" value="&lt;b&gt;Technical&lt;/b&gt;&lt;div&gt;&lt;b&gt;Document&lt;/b&gt;&lt;/div&gt;" style="ellipse;shape=doubleEllipse;whiteSpace=wrap;html=1;fontSize=14;" vertex="1" parent="3">
+                     <mxGeometry x="1010" y="130" width="130" height="70.16" as="geometry"/>
                </mxCell>
            </root>
        </mxGraphModel>
    </diagram>
</mxfile>